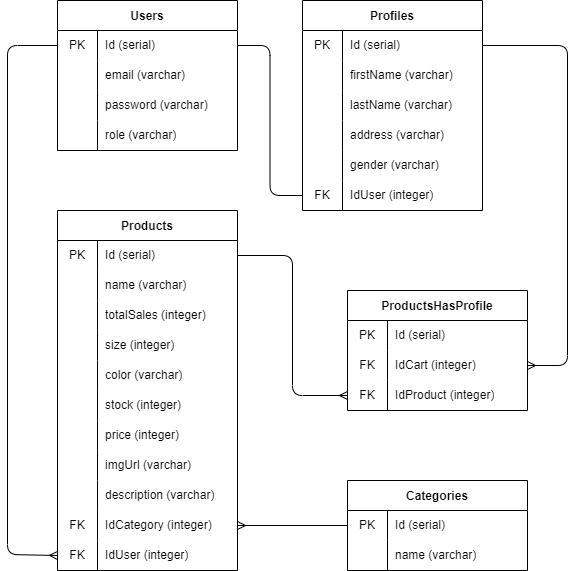
bagus-ilham/Benang-Baju keeps this draw.io diagram as schema.drawio.png. Above is the earlier version. Source tidied: cells renumbered, new cells last; positions are measured from the earlier drawing's top-left corner, leaving out a move shared by most shapes.
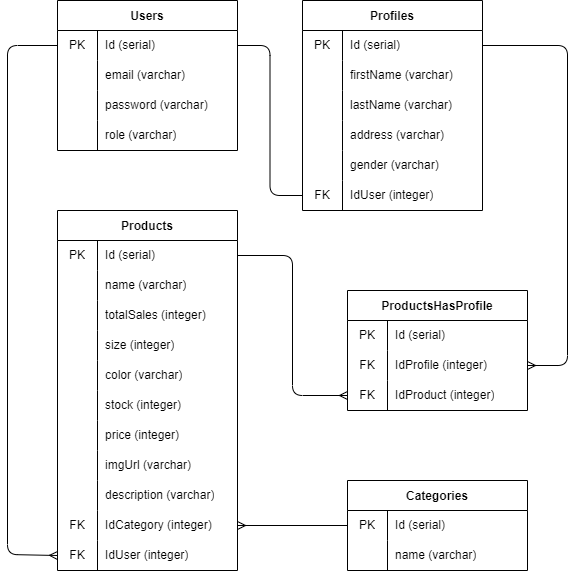
After the change.

What changed in the source:
```diff
@@ -261,7 +261,7 @@
     <mxCell id="85" value="FK" style="shape=partialRectangle;html=1;whiteSpace=wrap;fillColor=none;top=0;left=0;bottom=0;right=0;overflow=hidden;" parent="84" vertex="1">
       <mxGeometry width="40" height="30" as="geometry" />
     </mxCell>
-    <mxCell id="86" value="IdCart (integer)" style="shape=partialRectangle;html=1;whiteSpace=wrap;fillColor=none;top=0;left=0;bottom=0;right=0;align=left;spacingLeft=6;overflow=hidden;" parent="84" vertex="1">
+    <mxCell id="86" value="IdProfile&amp;nbsp;(integer)" style="shape=partialRectangle;html=1;whiteSpace=wrap;fillColor=none;top=0;left=0;bottom=0;right=0;align=left;spacingLeft=6;overflow=hidden;" parent="84" vertex="1">
       <mxGeometry x="40" width="140" height="30" as="geometry" />
     </mxCell>
     <mxCell id="87" style="shape=tableRow;horizontal=0;startSize=0;swimlaneHead=0;swimlaneBody=0;top=0;left=0;bottom=0;right=0;fillColor=none;points=[[0,0.5],[1,0.5]];portConstraint=eastwest;" parent="80" vertex="1">
```
